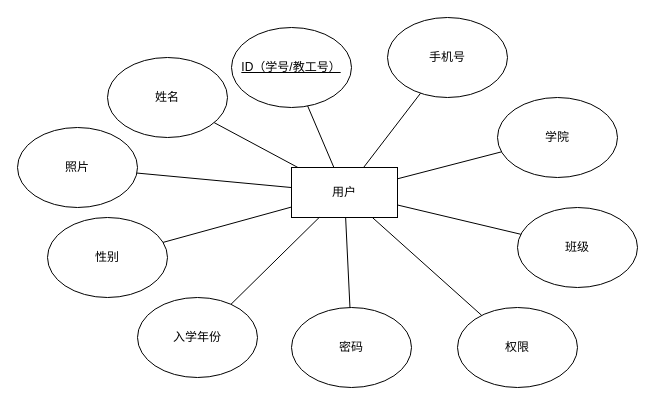
The draw.io diagram Untitled Diagram.drawio in kaolalala/Hello-World, before the edit. Source tidied: cells renumbered, new cells numbered last; positions are measured from the earlier drawing's top-left corner, leaving out a move shared by most shapes. Both pictures are drawn from the tidied source at 100%, with x=0, y=0 at pixel (17, 17).
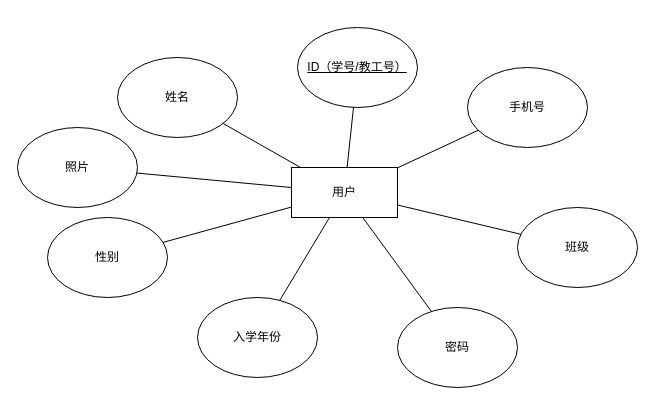
Above is the later version.

Unchanged cells that the change refers to:
```xml
<mxCell id="2" value="用户" style="rounded=0;whiteSpace=wrap;html=1;" parent="1" vertex="1">
  <mxGeometry x="274" y="150" width="106" height="50" as="geometry" />
</mxCell>
```

Diff of the diagram source:
```diff
@@
     <mxCell id="3" value="&lt;u&gt;ID（学号/教工号）&lt;/u&gt;" style="ellipse;whiteSpace=wrap;html=1;" parent="1" vertex="1">
-      <mxGeometry x="214" y="10" width="120" height="80" as="geometry" />
+      <mxGeometry x="280" y="10" width="120" height="80" as="geometry" />
     </mxCell>
     <mxCell id="4" value="姓名" style="ellipse;whiteSpace=wrap;html=1;" parent="1" vertex="1">
-      <mxGeometry x="90" y="40" width="120" height="80" as="geometry" />
+      <mxGeometry x="100" y="40" width="120" height="80" as="geometry" />
     </mxCell>
@@
     <mxCell id="6" value="入学年份" style="ellipse;whiteSpace=wrap;html=1;" parent="1" vertex="1">
-      <mxGeometry x="120" y="280" width="120" height="80" as="geometry" />
+      <mxGeometry x="180" y="280" width="120" height="80" as="geometry" />
     </mxCell>
@@
-    <mxCell id="8" value="学院" style="ellipse;whiteSpace=wrap;html=1;" parent="1" vertex="1">
-      <mxGeometry x="480" y="80" width="120" height="80" as="geometry" />
-    </mxCell>
     <mxCell id="9" value="密码" style="ellipse;whiteSpace=wrap;html=1;" parent="1" vertex="1">
-      <mxGeometry x="274" y="290" width="120" height="80" as="geometry" />
+      <mxGeometry x="380" y="290" width="120" height="80" as="geometry" />
     </mxCell>
@@
-    <mxCell id="14" style="endArrow=none;html=1;rounded=0;" parent="1" edge="1" source="8" target="2">
-      <mxGeometry relative="1" as="geometry" />
-    </mxCell>
@@
-    <mxCell id="17" value="权限" style="ellipse;whiteSpace=wrap;html=1;" parent="1" vertex="1">
-      <mxGeometry x="440" y="290" width="120" height="80" as="geometry" />
-    </mxCell>
-    <mxCell id="18" style="endArrow=none;html=1;rounded=0;" parent="1" edge="1" source="17" target="2">
-      <mxGeometry relative="1" as="geometry" />
-    </mxCell>
     <mxCell id="19" value="手机号" style="ellipse;whiteSpace=wrap;html=1;" parent="1" vertex="1">
-      <mxGeometry x="370" width="120" height="80" as="geometry" />
+      <mxGeometry x="450" y="50" width="120" height="80" as="geometry" />
     </mxCell>
```
